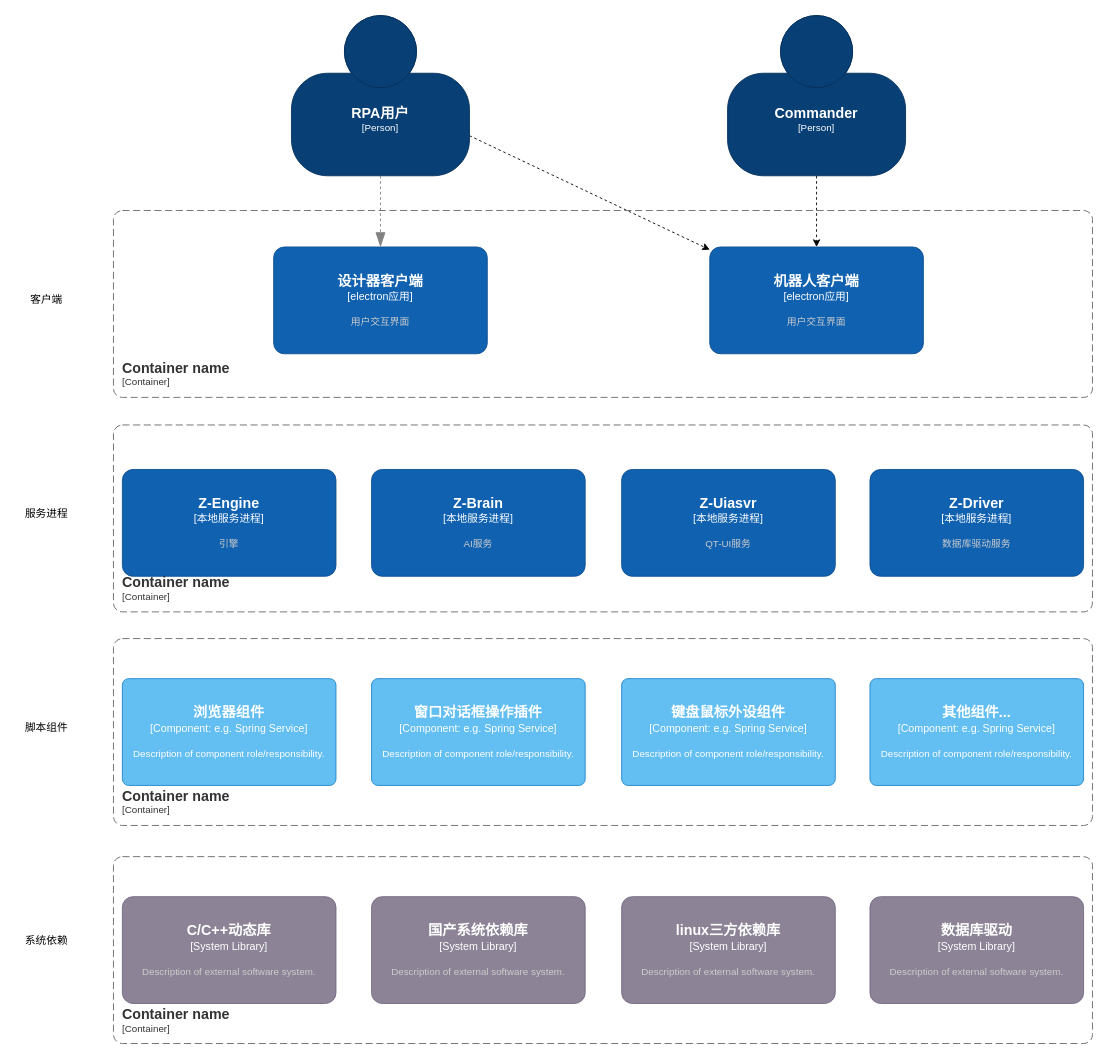
This is 信创设计器架构图.drawio from ColonelDarcy2018/excelsior, a draw.io file, before an edit. Source tidied: cells renumbered, new cells numbered last; positions are measured from the earlier drawing's top-left corner, leaving out a move shared by most shapes. Both pictures are drawn from the tidied source at 89%, with x=0, y=0 at pixel (15, 15).
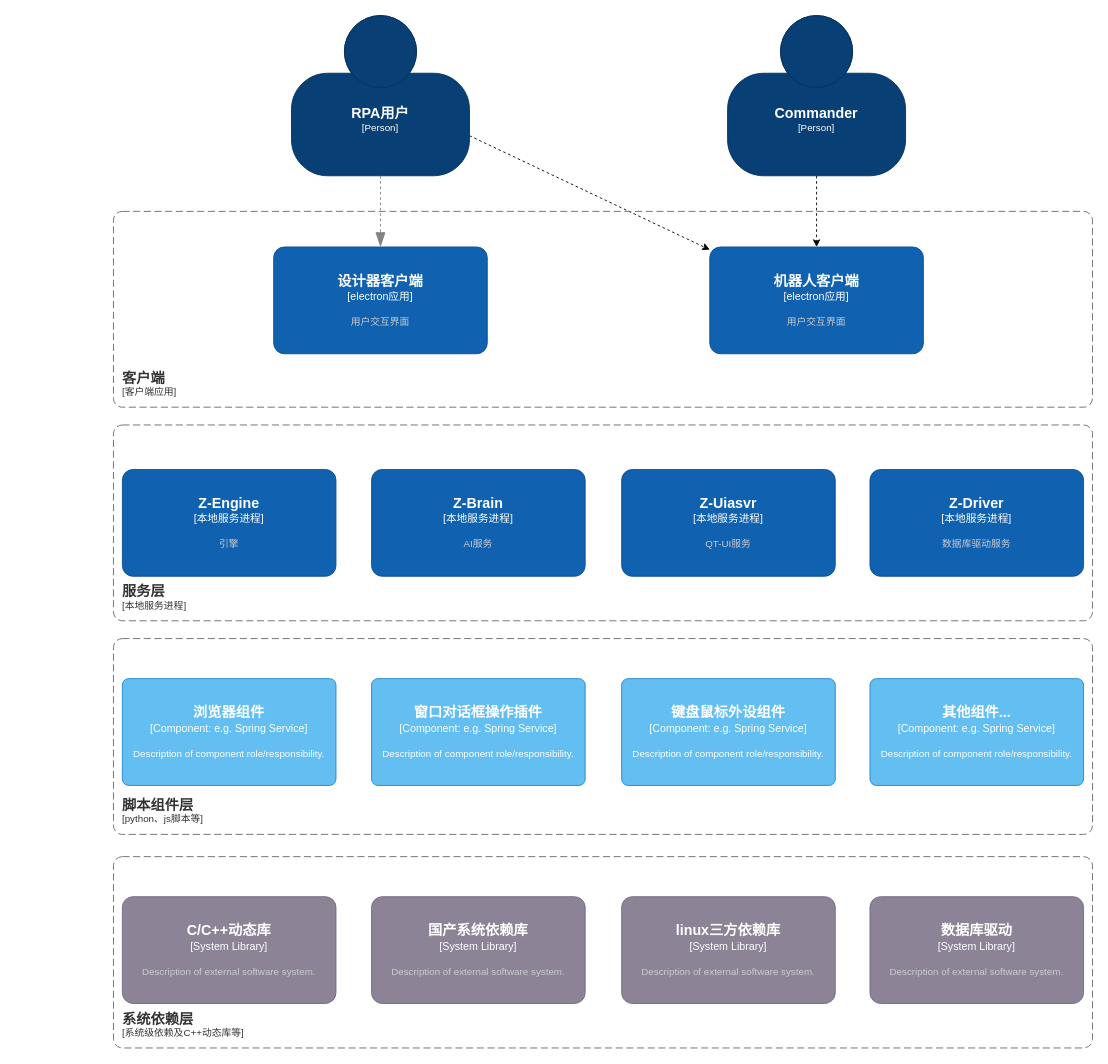
Above is the later version.

Commit message (it also covers changes not shown here):
更新信创设计器架构图.drawio

Diff of the diagram source:
```diff
@@
-    <object id="19" label="&lt;font style=&quot;font-size: 16px&quot;&gt;&lt;b&gt;&lt;div style=&quot;text-align: left&quot;&gt;%c4Name%&lt;/div&gt;&lt;/b&gt;&lt;/font&gt;&lt;div style=&quot;text-align: left&quot;&gt;[%c4Application%]&lt;/div&gt;" c4Application="Container" c4Name="Container name" placeholders="1">
+    <object id="19" label="&lt;font style=&quot;font-size: 16px&quot;&gt;&lt;b&gt;&lt;div style=&quot;text-align: left&quot;&gt;%c4Name%&lt;/div&gt;&lt;/b&gt;&lt;/font&gt;&lt;div style=&quot;text-align: left&quot;&gt;[%c4Application%]&lt;/div&gt;" c4Application="系统级依赖及C++动态库等" c4Name="系统依赖层" placeholders="1">
       <mxCell style="rounded=1;fontSize=11;whiteSpace=wrap;html=1;dashed=1;arcSize=20;fillColor=none;strokeColor=#666666;fontColor=#333333;labelBackgroundColor=none;align=left;verticalAlign=bottom;labelBorderColor=none;spacingTop=0;spacing=10;dashPattern=8 4;perimeter=rectanglePerimeter;noLabel=0;labelPadding=0;absoluteArcSize=1;" parent="1" vertex="1">
-        <mxGeometry x="110" y="945" width="1100" height="210" as="geometry" />
+        <mxGeometry x="110" y="945" width="1100" height="215" as="geometry" />
       </mxCell>
     </object>
@@
-    <object id="22" label="&lt;font style=&quot;font-size: 16px&quot;&gt;&lt;b&gt;&lt;div style=&quot;text-align: left&quot;&gt;%c4Name%&lt;/div&gt;&lt;/b&gt;&lt;/font&gt;&lt;div style=&quot;text-align: left&quot;&gt;[%c4Application%]&lt;/div&gt;" c4Application="Container" c4Name="Container name" placeholders="1">
+    <object id="22" label="&lt;font style=&quot;font-size: 16px&quot;&gt;&lt;b&gt;&lt;div style=&quot;text-align: left&quot;&gt;%c4Name%&lt;/div&gt;&lt;/b&gt;&lt;/font&gt;&lt;div style=&quot;text-align: left&quot;&gt;[%c4Application%]&lt;/div&gt;" c4Application="python、js脚本等" c4Name="脚本组件层" placeholders="1">
       <mxCell style="rounded=1;fontSize=11;whiteSpace=wrap;html=1;dashed=1;arcSize=20;fillColor=none;strokeColor=#666666;fontColor=#333333;labelBackgroundColor=none;align=left;verticalAlign=bottom;labelBorderColor=none;spacingTop=0;spacing=10;dashPattern=8 4;perimeter=rectanglePerimeter;noLabel=0;labelPadding=0;absoluteArcSize=1;" parent="1" vertex="1">
-        <mxGeometry x="110" y="700" width="1100" height="210" as="geometry" />
+        <mxGeometry x="110" y="700" width="1100" height="220" as="geometry" />
       </mxCell>
     </object>
-    <object id="23" label="&lt;font style=&quot;font-size: 16px&quot;&gt;&lt;b&gt;&lt;div style=&quot;text-align: left&quot;&gt;%c4Name%&lt;/div&gt;&lt;/b&gt;&lt;/font&gt;&lt;div style=&quot;text-align: left&quot;&gt;[%c4Application%]&lt;/div&gt;" c4Application="Container" c4Name="Container name" placeholders="1">
+    <object id="23" label="&lt;font style=&quot;font-size: 16px&quot;&gt;&lt;b&gt;&lt;div style=&quot;text-align: left&quot;&gt;%c4Name%&lt;/div&gt;&lt;/b&gt;&lt;/font&gt;&lt;div style=&quot;text-align: left&quot;&gt;[%c4Application%]&lt;/div&gt;" c4Application="本地服务进程" c4Name="服务层" placeholders="1">
       <mxCell style="rounded=1;fontSize=11;whiteSpace=wrap;html=1;dashed=1;arcSize=20;fillColor=none;strokeColor=#666666;fontColor=#333333;labelBackgroundColor=none;align=left;verticalAlign=bottom;labelBorderColor=none;spacingTop=0;spacing=10;dashPattern=8 4;perimeter=rectanglePerimeter;noLabel=0;labelPadding=0;absoluteArcSize=1;" parent="1" vertex="1">
-        <mxGeometry x="110" y="460" width="1100" height="210" as="geometry" />
+        <mxGeometry x="110" y="460" width="1100" height="220" as="geometry" />
       </mxCell>
     </object>
-    <object id="24" label="&lt;font style=&quot;font-size: 16px&quot;&gt;&lt;b&gt;&lt;div style=&quot;text-align: left&quot;&gt;%c4Name%&lt;/div&gt;&lt;/b&gt;&lt;/font&gt;&lt;div style=&quot;text-align: left&quot;&gt;[%c4Application%]&lt;/div&gt;" c4Application="Container" c4Name="Container name" placeholders="1">
+    <object id="24" label="&lt;font style=&quot;font-size: 16px&quot;&gt;&lt;b&gt;&lt;div style=&quot;text-align: left&quot;&gt;%c4Name%&lt;/div&gt;&lt;/b&gt;&lt;/font&gt;&lt;div style=&quot;text-align: left&quot;&gt;[%c4Application%]&lt;/div&gt;" c4Application="客户端应用" c4Name="客户端" placeholders="1">
       <mxCell style="rounded=1;fontSize=11;whiteSpace=wrap;html=1;dashed=1;arcSize=20;fillColor=none;strokeColor=#666666;fontColor=#333333;labelBackgroundColor=none;align=left;verticalAlign=bottom;labelBorderColor=none;spacingTop=0;spacing=10;dashPattern=8 4;perimeter=rectanglePerimeter;noLabel=0;labelPadding=0;absoluteArcSize=1;" parent="1" vertex="1">
-        <mxGeometry x="110" y="219" width="1100" height="210" as="geometry" />
+        <mxGeometry x="110" y="220" width="1100" height="220" as="geometry" />
       </mxCell>
     </object>
-    <mxCell id="25" value="客户端" style="text;html=1;strokeColor=none;fillColor=none;align=center;verticalAlign=middle;whiteSpace=wrap;rounded=0;" parent="1" vertex="1">
-      <mxGeometry y="300" width="70" height="40" as="geometry" />
-    </mxCell>
-    <mxCell id="26" value="服务进程" style="text;html=1;strokeColor=none;fillColor=none;align=center;verticalAlign=middle;whiteSpace=wrap;rounded=0;" parent="1" vertex="1">
-      <mxGeometry y="540" width="70" height="40" as="geometry" />
-    </mxCell>
-    <mxCell id="27" value="脚本组件" style="text;html=1;strokeColor=none;fillColor=none;align=center;verticalAlign=middle;whiteSpace=wrap;rounded=0;" parent="1" vertex="1">
-      <mxGeometry y="780" width="70" height="40" as="geometry" />
-    </mxCell>
-    <mxCell id="28" value="系统依赖" style="text;html=1;strokeColor=none;fillColor=none;align=center;verticalAlign=middle;whiteSpace=wrap;rounded=0;" parent="1" vertex="1">
-      <mxGeometry y="1020" width="70" height="40" as="geometry" />
-    </mxCell>
```
